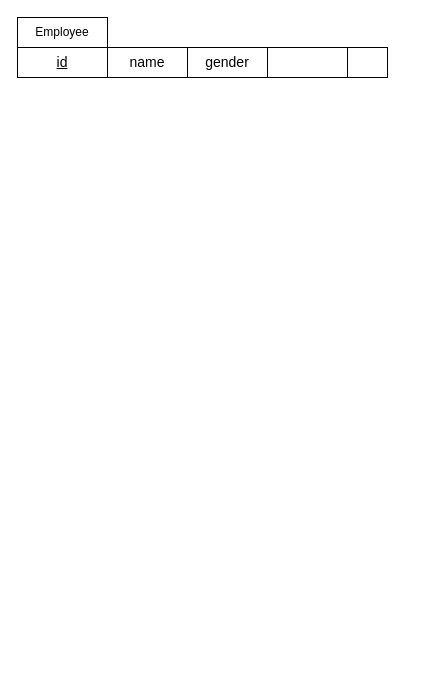
Above: Başlıksız Diyagram.drawio in kaanygl/database (draw.io), before the change. Source tidied: cells renumbered, new cells numbered last; positions are measured from the earlier drawing's top-left corner, leaving out a move shared by most shapes. Both pictures are drawn from the tidied source at 100%, with x=0, y=0 at pixel (17, 17).
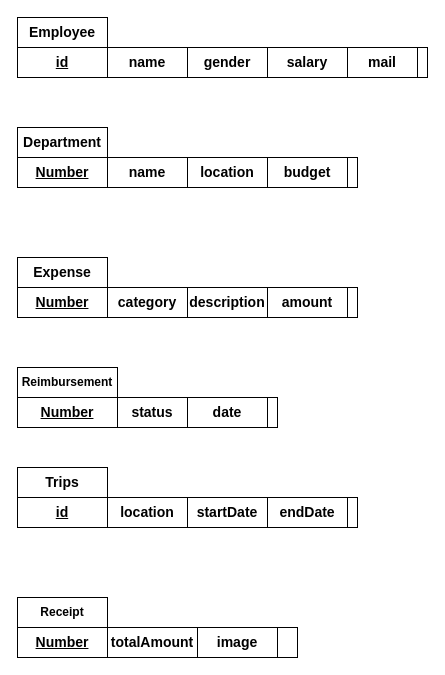
The same diagram, later.

What changed in the source:
```diff
@@
-    <mxCell id="2" value="Employee" style="rounded=0;whiteSpace=wrap;html=1;" parent="1" vertex="1">
+    <mxCell id="2" value="&lt;b&gt;&lt;font style=&quot;font-size: 14px;&quot;&gt;Employee&lt;/font&gt;&lt;/b&gt;" style="rounded=0;whiteSpace=wrap;html=1;" parent="1" vertex="1">
       <mxGeometry width="90" height="30" as="geometry" />
     </mxCell>
     <mxCell id="3" style="rounded=0;whiteSpace=wrap;html=1;" parent="1" vertex="1">
-      <mxGeometry y="30" width="370" height="30" as="geometry" />
+      <mxGeometry y="30" width="410" height="30" as="geometry" />
     </mxCell>
-    <mxCell id="4" value="&lt;font size=&quot;1&quot; style=&quot;&quot;&gt;&lt;u style=&quot;font-size: 14px;&quot;&gt;id&lt;/u&gt;&lt;/font&gt;" style="rounded=0;whiteSpace=wrap;html=1;" parent="1" vertex="1">
+    <mxCell id="4" value="&lt;font size=&quot;1&quot; style=&quot;&quot;&gt;&lt;u style=&quot;font-size: 14px;&quot;&gt;&lt;b&gt;id&lt;/b&gt;&lt;/u&gt;&lt;/font&gt;" style="rounded=0;whiteSpace=wrap;html=1;" parent="1" vertex="1">
       <mxGeometry y="30" width="90" height="30" as="geometry" />
     </mxCell>
-    <mxCell id="5" value="&lt;font style=&quot;font-size: 14px;&quot;&gt;name&lt;/font&gt;" style="rounded=0;whiteSpace=wrap;html=1;" parent="1" vertex="1">
+    <mxCell id="5" value="&lt;font style=&quot;font-size: 14px;&quot;&gt;&lt;b&gt;name&lt;/b&gt;&lt;/font&gt;" style="rounded=0;whiteSpace=wrap;html=1;" parent="1" vertex="1">
       <mxGeometry x="90" y="30" width="80" height="30" as="geometry" />
     </mxCell>
-    <mxCell id="6" value="&lt;font style=&quot;font-size: 14px;&quot;&gt;gender&lt;/font&gt;" style="rounded=0;whiteSpace=wrap;html=1;" parent="1" vertex="1">
+    <mxCell id="6" value="&lt;font style=&quot;font-size: 14px;&quot;&gt;&lt;b&gt;gender&lt;/b&gt;&lt;/font&gt;" style="rounded=0;whiteSpace=wrap;html=1;" parent="1" vertex="1">
       <mxGeometry x="170" y="30" width="80" height="30" as="geometry" />
     </mxCell>
-    <mxCell id="7" style="rounded=0;whiteSpace=wrap;html=1;" parent="1" vertex="1">
+    <mxCell id="7" value="&lt;font style=&quot;font-size: 14px;&quot;&gt;&lt;b&gt;salary&lt;/b&gt;&lt;/font&gt;" style="rounded=0;whiteSpace=wrap;html=1;" parent="1" vertex="1">
       <mxGeometry x="250" y="30" width="80" height="30" as="geometry" />
     </mxCell>
+    <mxCell id="8" value="&lt;b&gt;&lt;font style=&quot;font-size: 14px;&quot;&gt;Department&lt;/font&gt;&lt;/b&gt;" style="rounded=0;whiteSpace=wrap;html=1;" parent="1" vertex="1">
+      <mxGeometry y="110" width="90" height="30" as="geometry" />
+    </mxCell>
+    <mxCell id="9" style="rounded=0;whiteSpace=wrap;html=1;" parent="1" vertex="1">
+      <mxGeometry y="140" width="340" height="30" as="geometry" />
+    </mxCell>
+    <mxCell id="10" value="&lt;font size=&quot;1&quot; style=&quot;&quot;&gt;&lt;u style=&quot;font-size: 14px;&quot;&gt;&lt;b&gt;Number&lt;/b&gt;&lt;/u&gt;&lt;/font&gt;" style="rounded=0;whiteSpace=wrap;html=1;" parent="1" vertex="1">
+      <mxGeometry y="140" width="90" height="30" as="geometry" />
+    </mxCell>
+    <mxCell id="11" value="&lt;font style=&quot;font-size: 14px;&quot;&gt;&lt;b&gt;name&lt;/b&gt;&lt;/font&gt;" style="rounded=0;whiteSpace=wrap;html=1;" parent="1" vertex="1">
+      <mxGeometry x="90" y="140" width="80" height="30" as="geometry" />
+    </mxCell>
+    <mxCell id="12" value="&lt;font style=&quot;font-size: 14px;&quot;&gt;&lt;b&gt;location&lt;/b&gt;&lt;/font&gt;" style="rounded=0;whiteSpace=wrap;html=1;" parent="1" vertex="1">
+      <mxGeometry x="170" y="140" width="80" height="30" as="geometry" />
+    </mxCell>
+    <mxCell id="13" value="&lt;font style=&quot;font-size: 14px;&quot;&gt;&lt;b&gt;budget&lt;/b&gt;&lt;/font&gt;" style="rounded=0;whiteSpace=wrap;html=1;" parent="1" vertex="1">
+      <mxGeometry x="250" y="140" width="80" height="30" as="geometry" />
+    </mxCell>
+    <mxCell id="14" value="&lt;b style=&quot;font-size: 14px;&quot;&gt;Trips&lt;/b&gt;" style="rounded=0;whiteSpace=wrap;html=1;" parent="1" vertex="1">
+      <mxGeometry y="450" width="90" height="30" as="geometry" />
+    </mxCell>
+    <mxCell id="15" style="rounded=0;whiteSpace=wrap;html=1;" parent="1" vertex="1">
+      <mxGeometry y="480" width="340" height="30" as="geometry" />
+    </mxCell>
+    <mxCell id="16" value="&lt;font size=&quot;1&quot; style=&quot;&quot;&gt;&lt;u style=&quot;font-size: 14px;&quot;&gt;&lt;b&gt;id&lt;/b&gt;&lt;/u&gt;&lt;/font&gt;" style="rounded=0;whiteSpace=wrap;html=1;" parent="1" vertex="1">
+      <mxGeometry y="480" width="90" height="30" as="geometry" />
+    </mxCell>
+    <mxCell id="17" value="&lt;font style=&quot;font-size: 14px;&quot;&gt;&lt;b&gt;location&lt;/b&gt;&lt;/font&gt;" style="rounded=0;whiteSpace=wrap;html=1;" parent="1" vertex="1">
+      <mxGeometry x="90" y="480" width="80" height="30" as="geometry" />
+    </mxCell>
+    <mxCell id="18" value="&lt;font style=&quot;font-size: 14px;&quot;&gt;&lt;b&gt;startDate&lt;/b&gt;&lt;/font&gt;" style="rounded=0;whiteSpace=wrap;html=1;" parent="1" vertex="1">
+      <mxGeometry x="170" y="480" width="80" height="30" as="geometry" />
+    </mxCell>
+    <mxCell id="19" value="&lt;font style=&quot;font-size: 14px;&quot;&gt;&lt;b&gt;endDate&lt;/b&gt;&lt;/font&gt;" style="rounded=0;whiteSpace=wrap;html=1;" parent="1" vertex="1">
+      <mxGeometry x="250" y="480" width="80" height="30" as="geometry" />
+    </mxCell>
+    <mxCell id="20" value="&lt;b&gt;&lt;font style=&quot;font-size: 14px;&quot;&gt;Expense&lt;/font&gt;&lt;/b&gt;" style="rounded=0;whiteSpace=wrap;html=1;" parent="1" vertex="1">
+      <mxGeometry y="240" width="90" height="30" as="geometry" />
+    </mxCell>
+    <mxCell id="21" style="rounded=0;whiteSpace=wrap;html=1;" parent="1" vertex="1">
+      <mxGeometry y="270" width="340" height="30" as="geometry" />
+    </mxCell>
+    <mxCell id="22" value="&lt;font size=&quot;1&quot; style=&quot;&quot;&gt;&lt;u style=&quot;font-size: 14px;&quot;&gt;&lt;b&gt;Number&lt;/b&gt;&lt;/u&gt;&lt;/font&gt;" style="rounded=0;whiteSpace=wrap;html=1;" parent="1" vertex="1">
+      <mxGeometry y="270" width="90" height="30" as="geometry" />
+    </mxCell>
+    <mxCell id="23" value="&lt;font style=&quot;font-size: 14px;&quot;&gt;&lt;b&gt;category&lt;/b&gt;&lt;/font&gt;" style="rounded=0;whiteSpace=wrap;html=1;" parent="1" vertex="1">
+      <mxGeometry x="90" y="270" width="80" height="30" as="geometry" />
+    </mxCell>
+    <mxCell id="24" value="&lt;font style=&quot;font-size: 14px;&quot;&gt;&lt;b&gt;description&lt;/b&gt;&lt;/font&gt;" style="rounded=0;whiteSpace=wrap;html=1;" parent="1" vertex="1">
+      <mxGeometry x="170" y="270" width="80" height="30" as="geometry" />
+    </mxCell>
+    <mxCell id="25" value="&lt;font style=&quot;font-size: 14px;&quot;&gt;&lt;b&gt;amount&lt;/b&gt;&lt;/font&gt;" style="rounded=0;whiteSpace=wrap;html=1;" parent="1" vertex="1">
+      <mxGeometry x="250" y="270" width="80" height="30" as="geometry" />
+    </mxCell>
+    <mxCell id="26" value="&lt;b&gt;Reimbursement&lt;/b&gt;" style="rounded=0;whiteSpace=wrap;html=1;" parent="1" vertex="1">
+      <mxGeometry y="350" width="100" height="30" as="geometry" />
+    </mxCell>
+    <mxCell id="27" style="rounded=0;whiteSpace=wrap;html=1;" parent="1" vertex="1">
+      <mxGeometry y="380" width="260" height="30" as="geometry" />
+    </mxCell>
+    <mxCell id="28" value="&lt;font size=&quot;1&quot; style=&quot;&quot;&gt;&lt;u style=&quot;font-size: 14px;&quot;&gt;&lt;b&gt;Number&lt;/b&gt;&lt;/u&gt;&lt;/font&gt;" style="rounded=0;whiteSpace=wrap;html=1;" parent="1" vertex="1">
+      <mxGeometry y="380" width="100" height="30" as="geometry" />
+    </mxCell>
+    <mxCell id="29" value="&lt;font style=&quot;font-size: 14px;&quot;&gt;&lt;b&gt;status&lt;/b&gt;&lt;/font&gt;" style="rounded=0;whiteSpace=wrap;html=1;" parent="1" vertex="1">
+      <mxGeometry x="100" y="380" width="70" height="30" as="geometry" />
+    </mxCell>
+    <mxCell id="30" value="&lt;font style=&quot;font-size: 14px;&quot;&gt;&lt;b&gt;date&lt;/b&gt;&lt;/font&gt;" style="rounded=0;whiteSpace=wrap;html=1;" parent="1" vertex="1">
+      <mxGeometry x="170" y="380" width="80" height="30" as="geometry" />
+    </mxCell>
+    <mxCell id="31" value="&lt;b&gt;Receipt&lt;/b&gt;" style="rounded=0;whiteSpace=wrap;html=1;" parent="1" vertex="1">
+      <mxGeometry y="580" width="90" height="30" as="geometry" />
+    </mxCell>
+    <mxCell id="32" style="rounded=0;whiteSpace=wrap;html=1;" parent="1" vertex="1">
+      <mxGeometry y="610" width="280" height="30" as="geometry" />
+    </mxCell>
+    <mxCell id="33" value="&lt;font size=&quot;1&quot; style=&quot;&quot;&gt;&lt;u style=&quot;font-size: 14px;&quot;&gt;&lt;b&gt;Number&lt;/b&gt;&lt;/u&gt;&lt;/font&gt;" style="rounded=0;whiteSpace=wrap;html=1;" parent="1" vertex="1">
+      <mxGeometry y="610" width="90" height="30" as="geometry" />
+    </mxCell>
+    <mxCell id="34" value="&lt;font style=&quot;font-size: 14px;&quot;&gt;&lt;b&gt;totalAmount&lt;/b&gt;&lt;/font&gt;" style="rounded=0;whiteSpace=wrap;html=1;" parent="1" vertex="1">
+      <mxGeometry x="90" y="610" width="90" height="30" as="geometry" />
+    </mxCell>
+    <mxCell id="35" value="&lt;font style=&quot;font-size: 14px;&quot;&gt;&lt;b&gt;image&lt;/b&gt;&lt;/font&gt;" style="rounded=0;whiteSpace=wrap;html=1;" parent="1" vertex="1">
+      <mxGeometry x="180" y="610" width="80" height="30" as="geometry" />
+    </mxCell>
+    <mxCell id="36" value="&lt;font style=&quot;font-size: 14px;&quot;&gt;&lt;b&gt;mail&lt;/b&gt;&lt;/font&gt;" style="rounded=0;whiteSpace=wrap;html=1;" parent="1" vertex="1">
+      <mxGeometry x="330" y="30" width="70" height="30" as="geometry" />
+    </mxCell>
```
